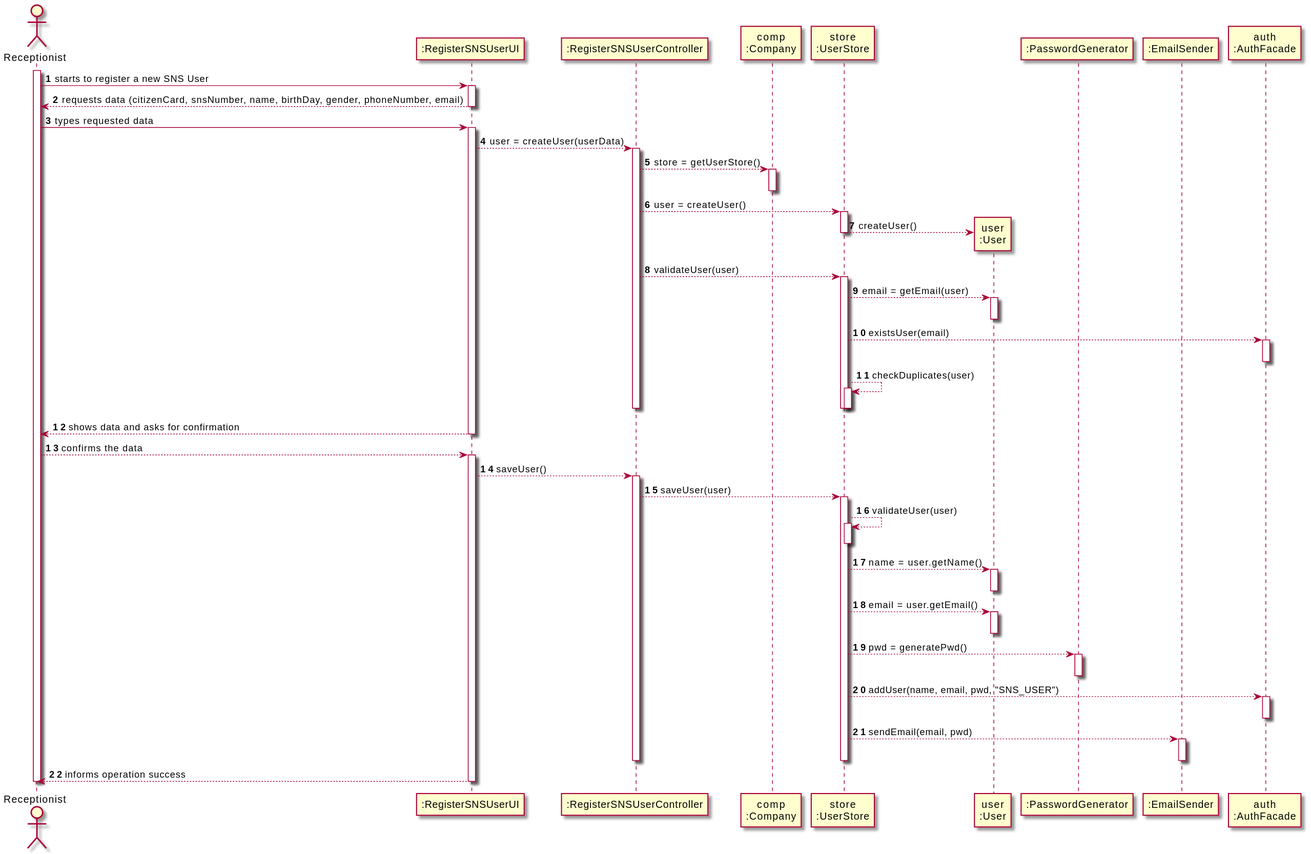
Earlier version of the PlantUML export docs/SprintB/US03/SD/US03_SD.svg (miseEnPlace-i/lapr2).
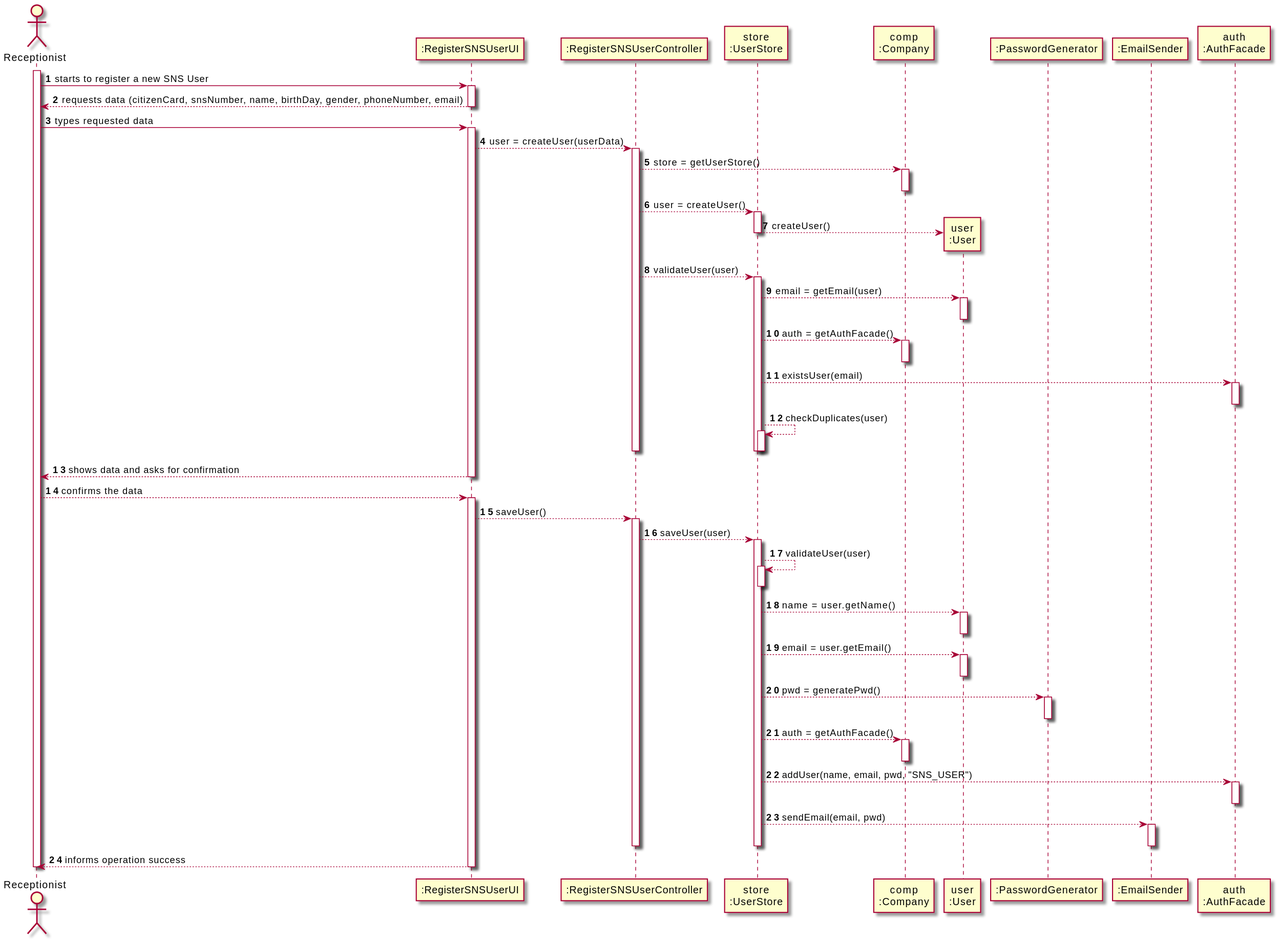
The same file after the commit.

The edit, as a diff of the source:
```diff
@@ -4,8 +4,8 @@
 
 participant ":RegisterSNSUserUI" as UI
 participant ":RegisterSNSUserController" as CTRL
+participant "store\n:UserStore" as STORE
 participant "comp\n:Company" as COMP
-participant "store\n:UserStore" as STORE
 participant "user\n:User" as USER
 participant ":PasswordGenerator" as PWDGEN
 participant ":EmailSender" as EMAIL
@@ -40,6 +40,10 @@
 STORE --> USER : email = getEmail(user)
 activate USER
 deactivate USER
+
+STORE --> COMP : auth = getAuthFacade()
+activate COMP
+deactivate COMP
 
 STORE --> AUTH : existsUser(email)
 activate AUTH
@@ -81,6 +85,10 @@
 activate PWDGEN
 deactivate PWDGEN
 
+STORE --> COMP : auth = getAuthFacade()
+activate COMP
+deactivate COMP
+
 STORE --> AUTH : addUser(name, email, pwd, "SNS_USER")
 activate AUTH
 deactivate AUTH
```
